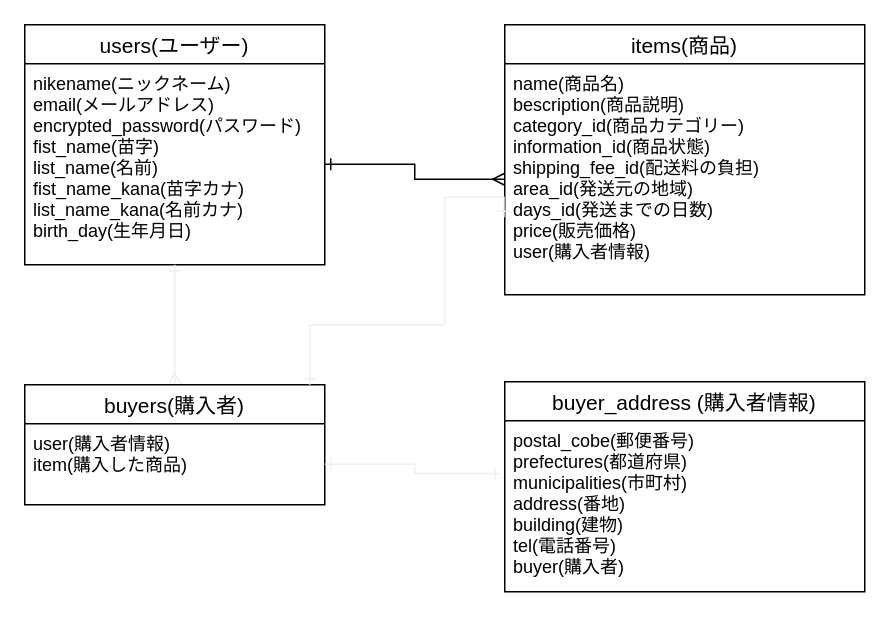
The draw.io diagram app/test.dio in RIKUO514/furima-33962, before the edit. Source tidied: cells renumbered, new cells numbered last; positions are measured from the earlier drawing's top-left corner, leaving out a move shared by most shapes. Both pictures are drawn from the tidied source at 150%, with x=0, y=0 at pixel (24, 24).
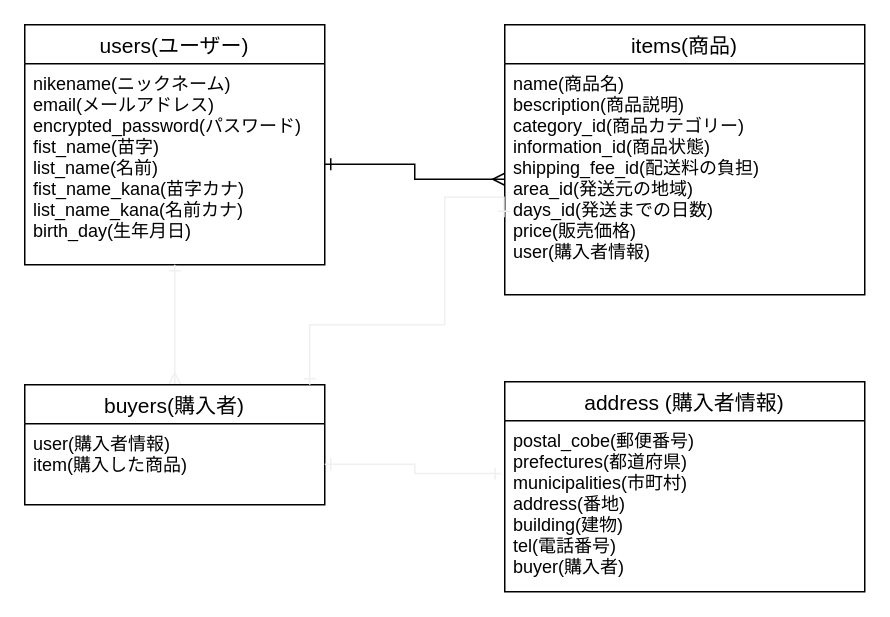
The same diagram, later.

Diff of the diagram source:
```diff
@@
 <mxGraphModel>
   <root>
     <mxCell id="0" />
     <mxCell id="1" parent="0" />
     <mxCell id="2" value="users(ユーザー)" style="swimlane;fontStyle=0;horizontal=1;startSize=26;align=center;fontSize=14;" parent="1" vertex="1">
       <mxGeometry width="200" height="160" as="geometry" />
     </mxCell>
     <mxCell id="3" value="nikename(ニックネーム)&#10;email(メールアドレス)&#10;encrypted_password(パスワード)&#10;fist_name(苗字)&#10;list_name(名前)&#10;fist_name_kana(苗字カナ)&#10;list_name_kana(名前カナ)&#10;birth_day(生年月日)" style="text;strokeColor=none;fillColor=none;spacingLeft=4;spacingRight=4;overflow=hidden;points=[[0,0.5],[1,0.5]];portConstraint=eastwest;fontSize=12;" parent="2" vertex="1">
       <mxGeometry y="26" width="200" height="134" as="geometry" />
     </mxCell>
     <mxCell id="4" value="items(商品)" style="swimlane;fontStyle=0;horizontal=1;startSize=26;align=center;fontSize=14;" parent="1" vertex="1">
       <mxGeometry x="320" width="240" height="180" as="geometry" />
     </mxCell>
     <mxCell id="5" value="name(商品名)&#10;bescription(商品説明)&#10;category_id(商品カテゴリー)&#10;information_id(商品状態)&#10;shipping_fee_id(配送料の負担)&#10;area_id(発送元の地域)&#10;days_id(発送までの日数)&#10;price(販売価格)&#10;user(購入者情報)&#10;" style="text;strokeColor=none;fillColor=none;spacingLeft=4;spacingRight=4;overflow=hidden;points=[[0,0.5],[1,0.5]];portConstraint=eastwest;fontSize=12;" parent="4" vertex="1">
       <mxGeometry y="26" width="240" height="154" as="geometry" />
     </mxCell>
     <mxCell id="6" style="edgeStyle=orthogonalEdgeStyle;rounded=0;jettySize=auto;html=1;exitX=1;exitY=0.5;exitDx=0;exitDy=0;entryX=0;entryY=0.5;entryDx=0;entryDy=0;endArrow=ERmany;endFill=0;startArrow=ERone;startFill=0;" parent="1" edge="1" source="3" target="5">
       <mxGeometry relative="1" as="geometry" />
     </mxCell>
     <mxCell id="7" style="edgeStyle=orthogonalEdgeStyle;rounded=0;jettySize=auto;html=1;entryX=0.5;entryY=1;entryDx=0;entryDy=0;entryPerimeter=0;startArrow=ERmany;startFill=0;endArrow=ERone;endFill=0;strokeColor=#f0f0f0;strokeWidth=1;" parent="1" edge="1" source="8" target="3">
       <mxGeometry relative="1" as="geometry" />
     </mxCell>
     <mxCell id="8" value="buyers(購入者)" style="swimlane;fontStyle=0;horizontal=1;startSize=26;align=center;fontSize=14;" parent="1" vertex="1">
       <mxGeometry y="240" width="200" height="80" as="geometry" />
     </mxCell>
     <mxCell id="9" value="user(購入者情報)&#10;item(購入した商品)" style="text;strokeColor=none;fillColor=none;spacingLeft=4;spacingRight=4;overflow=hidden;points=[[0,0.5],[1,0.5]];portConstraint=eastwest;fontSize=12;" parent="8" vertex="1">
       <mxGeometry y="26" width="200" height="54" as="geometry" />
     </mxCell>
-    <mxCell id="10" value="buyer_address (購入者情報)" style="swimlane;fontStyle=0;horizontal=1;startSize=26;align=center;fontSize=14;" parent="1" vertex="1">
+    <mxCell id="10" value="address (購入者情報)" style="swimlane;fontStyle=0;horizontal=1;startSize=26;align=center;fontSize=14;" parent="1" vertex="1">
       <mxGeometry x="320" y="238" width="240" height="140" as="geometry" />
     </mxCell>
     <mxCell id="11" value="postal_cobe(郵便番号)&#10;prefectures(都道府県)&#10;municipalities(市町村)&#10;address(番地)&#10;building(建物)&#10;tel(電話番号)&#10;buyer(購入者)" style="text;strokeColor=none;fillColor=none;spacingLeft=4;spacingRight=4;overflow=hidden;points=[[0,0.5],[1,0.5]];portConstraint=eastwest;fontSize=12;" parent="10" vertex="1">
       <mxGeometry y="26" width="240" height="114" as="geometry" />
     </mxCell>
     <mxCell id="12" style="edgeStyle=orthogonalEdgeStyle;rounded=0;jettySize=auto;html=1;entryX=-0.01;entryY=0.309;entryDx=0;entryDy=0;entryPerimeter=0;startArrow=ERone;startFill=0;endArrow=ERone;endFill=0;strokeColor=#f0f0f0;strokeWidth=1;" parent="1" edge="1" source="9" target="11">
       <mxGeometry relative="1" as="geometry" />
     </mxCell>
     <mxCell id="13" style="edgeStyle=orthogonalEdgeStyle;rounded=0;jettySize=auto;html=1;entryX=-0.002;entryY=0.664;entryDx=0;entryDy=0;entryPerimeter=0;startArrow=ERone;startFill=0;endArrow=ERone;endFill=0;strokeColor=#f0f0f0;strokeWidth=1;" parent="1" edge="1" target="5">
       <mxGeometry relative="1" as="geometry">
         <mxPoint x="190" y="240" as="sourcePoint" />
         <Array as="points">
           <mxPoint x="190" y="200" />
           <mxPoint x="280" y="200" />
           <mxPoint x="280" y="115" />
         </Array>
       </mxGeometry>
     </mxCell>
   </root>
 </mxGraphModel>
```
